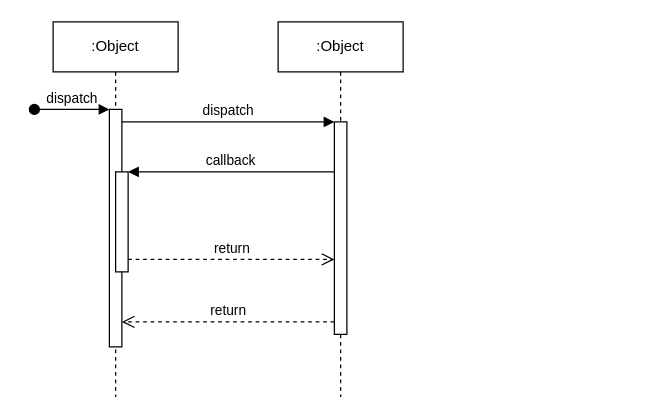
Before: Untitled Diagram.drawio in wvanchurin/wvanchurin.github.io, a draw.io diagram. Source tidied: cells renumbered, new cells numbered last; positions are measured from the earlier drawing's top-left corner, leaving out a move shared by most shapes. Both pictures are drawn from the tidied source at 125%, with x=0, y=0 at pixel (34, 21).
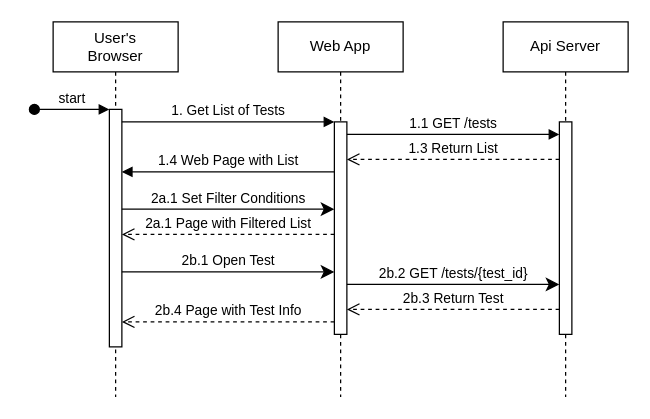
After the change.

Unchanged cells that the change refers to:
```xml
<mxCell id="3" style="html=1;points=[];perimeter=orthogonalPerimeter;outlineConnect=0;targetShapes=umlLifeline;portConstraint=eastwest;newEdgeStyle={&quot;edgeStyle&quot;:&quot;elbowEdgeStyle&quot;,&quot;elbow&quot;:&quot;vertical&quot;,&quot;curved&quot;:0,&quot;rounded&quot;:0};" parent="2" vertex="1">
  <mxGeometry x="45" y="70" width="10" height="190" as="geometry" />
</mxCell>
<mxCell id="7" style="html=1;points=[];perimeter=orthogonalPerimeter;outlineConnect=0;targetShapes=umlLifeline;portConstraint=eastwest;newEdgeStyle={&quot;edgeStyle&quot;:&quot;elbowEdgeStyle&quot;,&quot;elbow&quot;:&quot;vertical&quot;,&quot;curved&quot;:0,&quot;rounded&quot;:0};" parent="6" vertex="1">
  <mxGeometry x="45" y="80" width="10" height="170" as="geometry" />
</mxCell>
```

What changed in the source:
```diff
@@
-    <mxCell id="2" value=":Object" style="shape=umlLifeline;perimeter=lifelinePerimeter;whiteSpace=wrap;html=1;newEdgeStyle={&quot;edgeStyle&quot;:&quot;elbowEdgeStyle&quot;,&quot;elbow&quot;:&quot;vertical&quot;,&quot;curved&quot;:0,&quot;rounded&quot;:0};" parent="1" vertex="1">
+    <mxCell id="2" value="&lt;div&gt;User's&lt;/div&gt;&lt;div&gt;Browser&lt;br&gt;&lt;/div&gt;" style="shape=umlLifeline;perimeter=lifelinePerimeter;whiteSpace=wrap;html=1;newEdgeStyle={&quot;edgeStyle&quot;:&quot;elbowEdgeStyle&quot;,&quot;elbow&quot;:&quot;vertical&quot;,&quot;curved&quot;:0,&quot;rounded&quot;:0};" parent="1" vertex="1">
       <mxGeometry x="15" width="100" height="300" as="geometry" />
     </mxCell>
@@
-    <mxCell id="4" value="dispatch" style="html=1;verticalAlign=bottom;startArrow=oval;endArrow=block;startSize=8;edgeStyle=elbowEdgeStyle;elbow=vertical;curved=0;rounded=0;" parent="2" edge="1" target="3">
+    <mxCell id="4" value="start" style="html=1;verticalAlign=bottom;startArrow=oval;endArrow=block;startSize=8;edgeStyle=elbowEdgeStyle;elbow=vertical;curved=0;rounded=0;" parent="2" edge="1" target="3">
       <mxGeometry relative="1" as="geometry">
         <mxPoint x="-15" y="70" as="sourcePoint" />
       </mxGeometry>
     </mxCell>
-    <mxCell id="5" style="html=1;points=[];perimeter=orthogonalPerimeter;outlineConnect=0;targetShapes=umlLifeline;portConstraint=eastwest;newEdgeStyle={&quot;edgeStyle&quot;:&quot;elbowEdgeStyle&quot;,&quot;elbow&quot;:&quot;vertical&quot;,&quot;curved&quot;:0,&quot;rounded&quot;:0};" parent="2" vertex="1">
-      <mxGeometry x="50" y="120" width="10" height="80" as="geometry" />
-    </mxCell>
-    <mxCell id="6" value=":Object" style="shape=umlLifeline;perimeter=lifelinePerimeter;whiteSpace=wrap;html=1;newEdgeStyle={&quot;edgeStyle&quot;:&quot;elbowEdgeStyle&quot;,&quot;elbow&quot;:&quot;vertical&quot;,&quot;curved&quot;:0,&quot;rounded&quot;:0};" parent="1" vertex="1">
+    <mxCell id="6" value="Web App" style="shape=umlLifeline;perimeter=lifelinePerimeter;whiteSpace=wrap;html=1;newEdgeStyle={&quot;edgeStyle&quot;:&quot;elbowEdgeStyle&quot;,&quot;elbow&quot;:&quot;vertical&quot;,&quot;curved&quot;:0,&quot;rounded&quot;:0};" parent="1" vertex="1">
       <mxGeometry x="195" width="100" height="300" as="geometry" />
     </mxCell>
@@
-    <mxCell id="8" value="dispatch" style="html=1;verticalAlign=bottom;endArrow=block;edgeStyle=elbowEdgeStyle;elbow=vertical;curved=0;rounded=0;" parent="1" edge="1" source="3" target="7">
+    <mxCell id="8" value="1. Get List of Tests" style="html=1;verticalAlign=bottom;endArrow=block;edgeStyle=elbowEdgeStyle;elbow=vertical;curved=0;rounded=0;" parent="1" edge="1" source="3" target="7">
       <mxGeometry relative="1" as="geometry">
         <Array as="points">
           <mxPoint x="155" y="80" />
         </Array>
       </mxGeometry>
     </mxCell>
-    <mxCell id="9" value="return" style="html=1;verticalAlign=bottom;endArrow=open;dashed=1;endSize=8;edgeStyle=elbowEdgeStyle;elbow=vertical;curved=0;rounded=0;" parent="1" edge="1" source="7" target="3">
+    <mxCell id="9" value="2b.4 Page with Test Info" style="html=1;verticalAlign=bottom;endArrow=open;dashed=1;endSize=8;edgeStyle=elbowEdgeStyle;elbow=vertical;curved=0;rounded=0;" parent="1" edge="1" source="7" target="3">
       <mxGeometry relative="1" as="geometry">
         <Array as="points">
           <mxPoint x="165" y="240" />
         </Array>
       </mxGeometry>
     </mxCell>
-    <mxCell id="10" value="callback" style="html=1;verticalAlign=bottom;endArrow=block;edgeStyle=elbowEdgeStyle;elbow=vertical;curved=0;rounded=0;" parent="1" edge="1" source="7" target="5">
+    <mxCell id="10" value="1.4 Web Page with List" style="html=1;verticalAlign=bottom;endArrow=block;edgeStyle=elbowEdgeStyle;elbow=vertical;curved=0;rounded=0;" parent="1" edge="1" source="7" target="3">
       <mxGeometry relative="1" as="geometry">
         <Array as="points">
           <mxPoint x="165" y="120" />
         </Array>
       </mxGeometry>
     </mxCell>
-    <mxCell id="11" value="return" style="html=1;verticalAlign=bottom;endArrow=open;dashed=1;endSize=8;edgeStyle=elbowEdgeStyle;elbow=vertical;curved=0;rounded=0;" parent="1" edge="1" source="5" target="7">
+    <mxCell id="11" value="2a.1 Set Filter Conditions" style="html=1;verticalAlign=bottom;endArrow=classic;endSize=8;edgeStyle=elbowEdgeStyle;elbow=vertical;curved=0;rounded=0;endFill=1;" parent="1" edge="1">
       <mxGeometry relative="1" as="geometry">
+        <mxPoint x="70" y="149.8" as="sourcePoint" />
+        <mxPoint x="240" y="149.8" as="targetPoint" />
         <Array as="points">
-          <mxPoint x="155" y="190" />
+          <mxPoint x="155" y="149.8" />
         </Array>
       </mxGeometry>
     </mxCell>
+    <mxCell id="12" value="Api Server" style="shape=umlLifeline;perimeter=lifelinePerimeter;whiteSpace=wrap;html=1;newEdgeStyle={&quot;edgeStyle&quot;:&quot;elbowEdgeStyle&quot;,&quot;elbow&quot;:&quot;vertical&quot;,&quot;curved&quot;:0,&quot;rounded&quot;:0};" parent="1" vertex="1">
+      <mxGeometry x="375" width="100" height="300" as="geometry" />
+    </mxCell>
+    <mxCell id="13" style="html=1;points=[];perimeter=orthogonalPerimeter;outlineConnect=0;targetShapes=umlLifeline;portConstraint=eastwest;newEdgeStyle={&quot;edgeStyle&quot;:&quot;elbowEdgeStyle&quot;,&quot;elbow&quot;:&quot;vertical&quot;,&quot;curved&quot;:0,&quot;rounded&quot;:0};" parent="12" vertex="1">
+      <mxGeometry x="45" y="80" width="10" height="170" as="geometry" />
+    </mxCell>
+    <mxCell id="14" value="1.1 GET /tests" style="html=1;verticalAlign=bottom;endArrow=block;edgeStyle=elbowEdgeStyle;elbow=vertical;curved=0;rounded=0;" parent="1" edge="1" source="7" target="13">
+      <mxGeometry relative="1" as="geometry">
+        <Array as="points">
+          <mxPoint x="315" y="90" />
+          <mxPoint x="340" y="100" />
+        </Array>
+      </mxGeometry>
+    </mxCell>
+    <mxCell id="15" value="1.3 Return List" style="html=1;verticalAlign=bottom;endArrow=open;dashed=1;endSize=8;edgeStyle=elbowEdgeStyle;elbow=vertical;curved=0;rounded=0;" parent="1" edge="1" source="13" target="7">
+      <mxGeometry relative="1" as="geometry">
+        <Array as="points">
+          <mxPoint x="340" y="110" />
+        </Array>
+      </mxGeometry>
+    </mxCell>
+    <mxCell id="16" value="2b.1 Open Test" style="html=1;verticalAlign=bottom;endArrow=classic;endSize=8;edgeStyle=elbowEdgeStyle;elbow=vertical;curved=0;rounded=0;endFill=1;" parent="1" edge="1" source="3" target="7">
+      <mxGeometry relative="1" as="geometry">
+        <Array as="points">
+          <mxPoint x="215" y="200" />
+          <mxPoint x="160" y="220" />
+        </Array>
+      </mxGeometry>
+    </mxCell>
+    <mxCell id="17" value="2a.1 Page with Filtered List" style="html=1;verticalAlign=bottom;endArrow=open;dashed=1;endSize=8;edgeStyle=elbowEdgeStyle;elbow=vertical;curved=0;rounded=0;" parent="1" edge="1" source="7" target="3">
+      <mxGeometry relative="1" as="geometry">
+        <Array as="points">
+          <mxPoint x="175" y="170" />
+          <mxPoint x="160" y="180" />
+        </Array>
+      </mxGeometry>
+    </mxCell>
+    <mxCell id="18" value="2b.2 GET /tests/{test_id}" style="html=1;verticalAlign=bottom;endArrow=classic;endSize=8;edgeStyle=elbowEdgeStyle;elbow=vertical;curved=0;rounded=0;endFill=1;" parent="1" edge="1" source="7" target="13">
+      <mxGeometry relative="1" as="geometry">
+        <Array as="points">
+          <mxPoint x="345" y="210" />
+          <mxPoint x="330" y="190" />
+        </Array>
+      </mxGeometry>
+    </mxCell>
+    <mxCell id="19" value="2b.3 Return Test" style="html=1;verticalAlign=bottom;endArrow=open;dashed=1;endSize=8;edgeStyle=elbowEdgeStyle;elbow=vertical;curved=0;rounded=0;" parent="1" edge="1" source="13" target="7">
+      <mxGeometry relative="1" as="geometry">
+        <Array as="points">
+          <mxPoint x="335" y="230" />
+        </Array>
+      </mxGeometry>
+    </mxCell>
```
